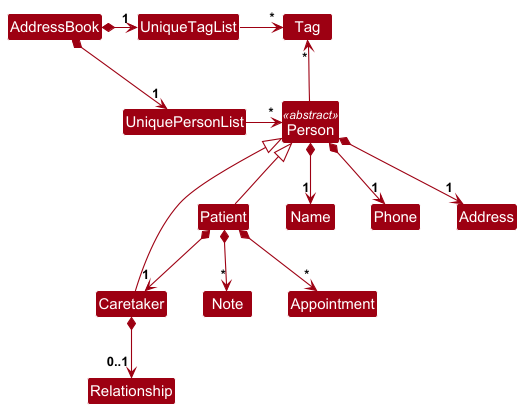
The PlantUML diagram docs/images/BetterModelClassDiagram.png in AY2526S1-CS2103T-F14b-2/tp, before a commit.
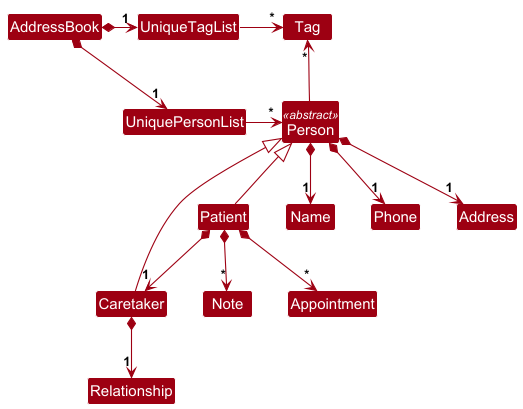
Later version of the same file.

Commit message:
Update model class diagram

What changed in the source:
```diff
@@ -34,7 +34,7 @@
 Patient *--> "*" Appointment
 Patient *--> "1" Caretaker
 
-Caretaker *--> "0..1" Relationship
+Caretaker *--> "1" Relationship
 
 
 @enduml
```
